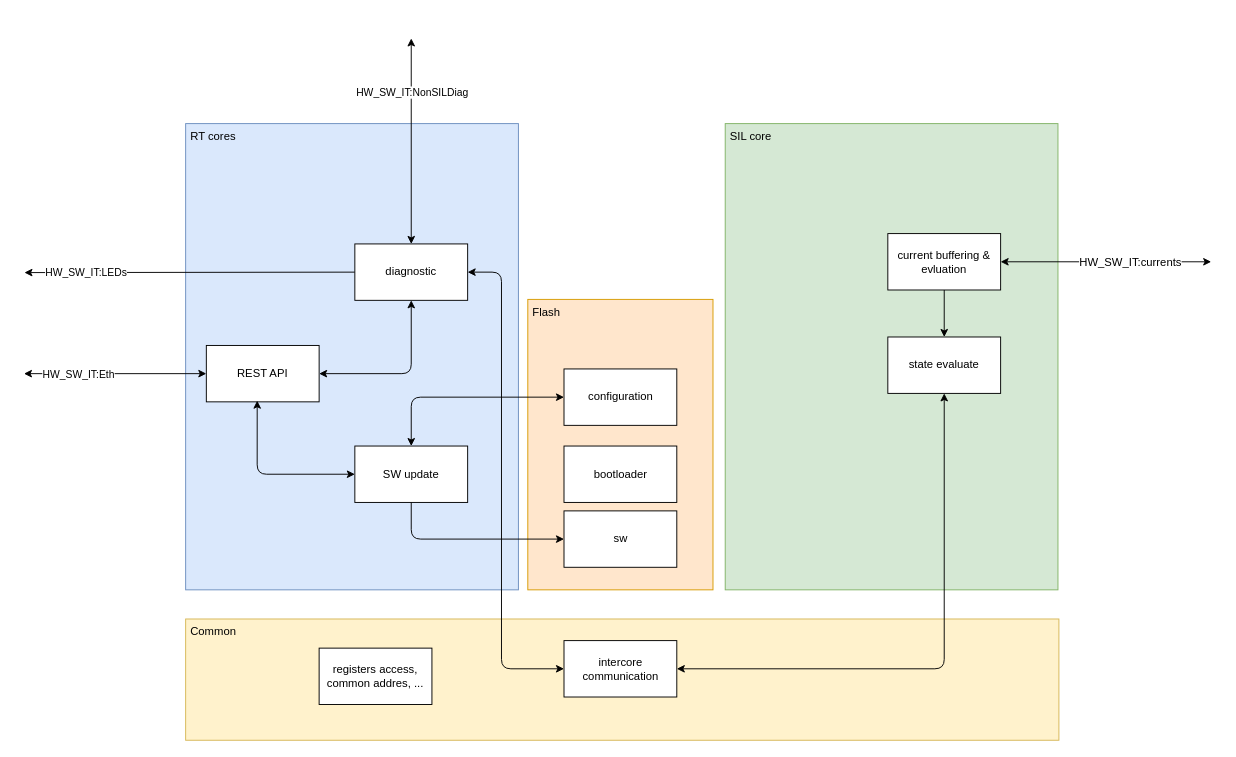
Above: schematic/05-sw-architecture.drawio in petrkucerak/diplom-thesis (draw.io), before the change. Source tidied: cells renumbered, new cells numbered last; positions are measured from the earlier drawing's top-left corner, leaving out a move shared by most shapes. Both pictures are drawn from the tidied source at 94%, with x=0, y=0 at pixel (24, 38).
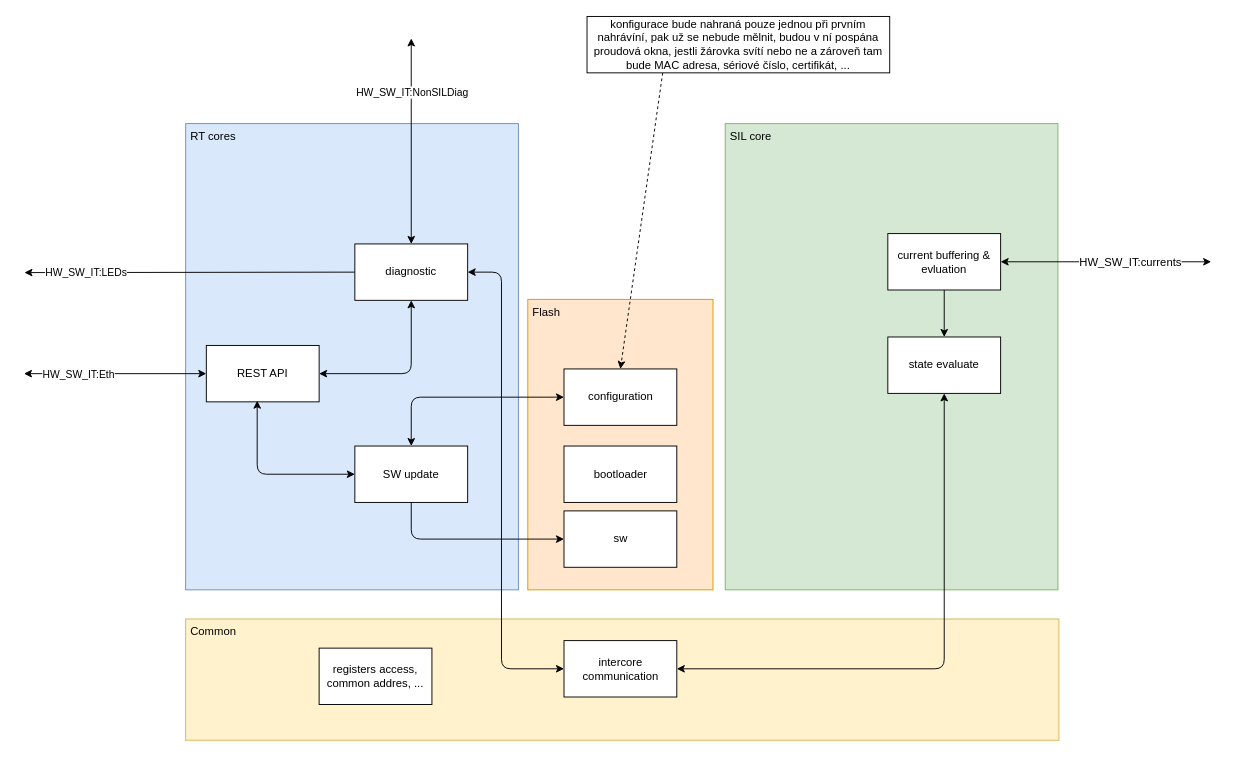
Above is the later version.

Unchanged cells that the change refers to:
```xml
<mxCell id="18" value="configuration" style="rounded=0;whiteSpace=wrap;html=1;" parent="1" vertex="1">
  <mxGeometry x="574.5" y="352" width="120" height="60" as="geometry" />
</mxCell>
```

What changed in the source:
```diff
@@
+    <mxCell id="31" style="edgeStyle=none;html=1;exitX=0.25;exitY=1;exitDx=0;exitDy=0;entryX=0.5;entryY=0;entryDx=0;entryDy=0;dashed=1;" parent="1" edge="1" source="32" target="18">
+      <mxGeometry relative="1" as="geometry" />
+    </mxCell>
+    <mxCell id="32" value="konfigurace bude nahraná pouze jednou při prvním nahrávíní, pak už se nebude mělnit, budou v ní pospána proudová okna, jestli žárovka svítí nebo ne a zároveň tam bude MAC adresa, sériové číslo, certifikát, ..." style="rounded=0;whiteSpace=wrap;html=1;" parent="1" vertex="1">
+      <mxGeometry x="599" y="-23" width="322" height="60" as="geometry" />
+    </mxCell>
```
